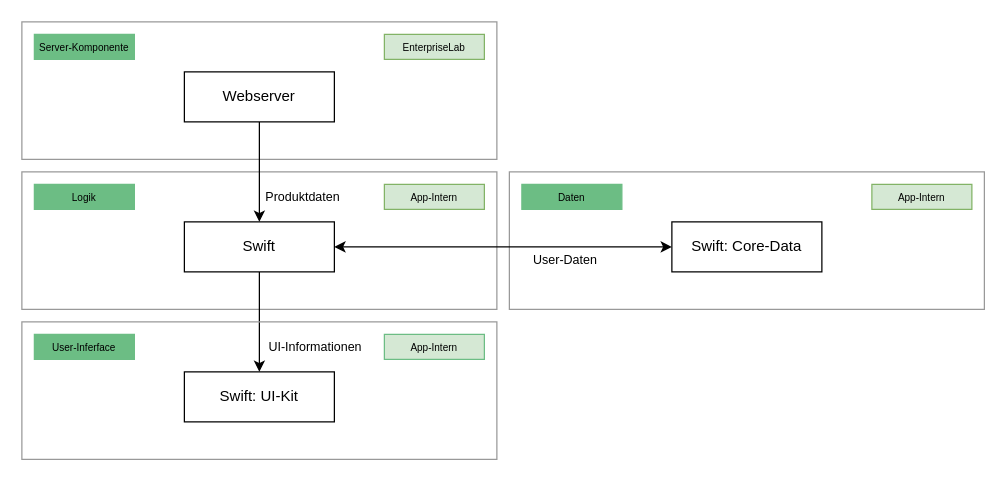
Above: Design/FoodPrint.drawio in NicoIseli/HSLU-IOS-Project (draw.io), before the change. Source tidied: cells renumbered, new cells numbered last; positions are measured from the earlier drawing's top-left corner, leaving out a move shared by most shapes. Both pictures are drawn from the tidied source at 125%, with x=0, y=0 at pixel (21, 21).
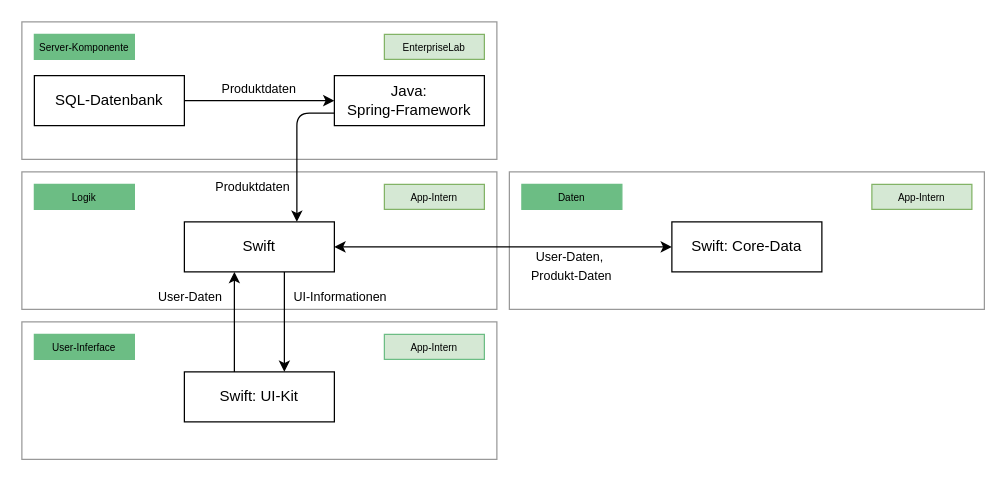
The same page after the edit.

Commit message (it also covers changes not shown here):
Continue on doc and adjust architecture

The change refers to these unchanged cells:
```xml
<mxCell id="7" value="Swift" style="rounded=0;whiteSpace=wrap;html=1;" parent="1" vertex="1">
  <mxGeometry x="130" y="160" width="120" height="40" as="geometry" />
</mxCell>
<mxCell id="11" value="Swift: UI-Kit" style="rounded=0;whiteSpace=wrap;html=1;" parent="1" vertex="1">
  <mxGeometry x="130" y="280" width="120" height="40" as="geometry" />
</mxCell>
```

Change to the diagram source:
```diff
@@
+    <mxCell id="23" style="rounded=0;whiteSpace=wrap;html=1;fillColor=none;strokeColor=#999999;" parent="1" vertex="1">
+      <mxGeometry y="240" width="380" height="110" as="geometry" />
+    </mxCell>
@@
-    <mxCell id="6" value="Webserver" style="rounded=0;whiteSpace=wrap;html=1;" parent="1" vertex="1">
-      <mxGeometry x="130" y="40" width="120" height="40" as="geometry" />
+    <mxCell id="6" value="Java: &lt;br&gt;Spring-Framework" style="rounded=0;whiteSpace=wrap;html=1;" parent="1" vertex="1">
+      <mxGeometry x="250" y="43" width="120" height="40" as="geometry" />
     </mxCell>
@@
-    <mxCell id="17" style="endArrow=classic;html=1;exitX=0.5;exitY=1;exitDx=0;exitDy=0;" parent="1" edge="1" source="6" target="7">
-      <mxGeometry relative="1" as="geometry" />
+    <mxCell id="17" style="endArrow=classic;html=1;exitX=0;exitY=0.75;exitDx=0;exitDy=0;entryX=0.75;entryY=0;entryDx=0;entryDy=0;" parent="1" edge="1" source="6" target="7">
+      <mxGeometry relative="1" as="geometry">
+        <Array as="points">
+          <mxPoint x="220" y="73" />
+        </Array>
+      </mxGeometry>
     </mxCell>
-    <mxCell id="18" style="endArrow=classic;html=1;exitX=0.5;exitY=1;exitDx=0;exitDy=0;entryX=0.5;entryY=0;entryDx=0;entryDy=0;" parent="1" edge="1" source="7" target="11">
-      <mxGeometry relative="1" as="geometry" />
+    <mxCell id="18" style="endArrow=classic;html=1;exitX=0.5;exitY=1;exitDx=0;exitDy=0;entryX=0.5;entryY=0;entryDx=0;entryDy=0;" parent="1" edge="1">
+      <mxGeometry relative="1" as="geometry">
+        <mxPoint x="210" y="200" as="sourcePoint" />
+        <mxPoint x="210" y="280" as="targetPoint" />
+      </mxGeometry>
     </mxCell>
@@
     <mxCell id="20" value="&lt;font style=&quot;font-size: 10px&quot;&gt;Produktdaten&lt;/font&gt;" style="text;html=1;strokeColor=none;fillColor=none;align=center;verticalAlign=middle;whiteSpace=wrap;rounded=0;" parent="1" vertex="1">
-      <mxGeometry x="180" y="130" width="90" height="20" as="geometry" />
+      <mxGeometry x="140" y="122" width="90" height="20" as="geometry" />
     </mxCell>
-    <mxCell id="21" value="&lt;font style=&quot;font-size: 10px&quot;&gt;User-Daten&lt;/font&gt;" style="text;html=1;strokeColor=none;fillColor=none;align=center;verticalAlign=middle;whiteSpace=wrap;rounded=0;" parent="1" vertex="1">
-      <mxGeometry x="390" y="180" width="90" height="20" as="geometry" />
+    <mxCell id="21" value="&lt;font style=&quot;font-size: 10px&quot;&gt;User-Daten,&amp;nbsp;&lt;br&gt;Produkt-Daten&lt;br&gt;&lt;/font&gt;" style="text;html=1;strokeColor=none;fillColor=none;align=center;verticalAlign=middle;whiteSpace=wrap;rounded=0;" parent="1" vertex="1">
+      <mxGeometry x="395" y="180" width="90" height="30" as="geometry" />
     </mxCell>
     <mxCell id="22" value="&lt;font style=&quot;font-size: 10px&quot;&gt;UI-Informationen&lt;/font&gt;" style="text;html=1;strokeColor=none;fillColor=none;align=center;verticalAlign=middle;whiteSpace=wrap;rounded=0;" parent="1" vertex="1">
-      <mxGeometry x="180" y="250" width="110" height="20" as="geometry" />
+      <mxGeometry x="200" y="210" width="110" height="20" as="geometry" />
     </mxCell>
-    <mxCell id="23" style="rounded=0;whiteSpace=wrap;html=1;fillColor=none;strokeColor=#999999;" parent="1" vertex="1">
-      <mxGeometry y="240" width="380" height="110" as="geometry" />
-    </mxCell>
+    <mxCell id="24" style="endArrow=classic;html=1;exitX=0.25;exitY=0;exitDx=0;exitDy=0;entryX=0.25;entryY=1;entryDx=0;entryDy=0;" parent="1" edge="1">
+      <mxGeometry relative="1" as="geometry">
+        <mxPoint x="170" y="280" as="sourcePoint" />
+        <mxPoint x="170" y="200" as="targetPoint" />
+      </mxGeometry>
+    </mxCell>
+    <mxCell id="25" value="&lt;font style=&quot;font-size: 10px&quot;&gt;User-Daten&lt;/font&gt;" style="text;html=1;strokeColor=none;fillColor=none;align=center;verticalAlign=middle;whiteSpace=wrap;rounded=0;" parent="1" vertex="1">
+      <mxGeometry x="80" y="210" width="110" height="20" as="geometry" />
+    </mxCell>
+    <mxCell id="26" value="SQL-Datenbank" style="rounded=0;whiteSpace=wrap;html=1;" parent="1" vertex="1">
+      <mxGeometry x="10" y="43" width="120" height="40" as="geometry" />
+    </mxCell>
+    <mxCell id="27" style="endArrow=classic;html=1;exitX=1;exitY=0.5;exitDx=0;exitDy=0;entryX=0;entryY=0.5;entryDx=0;entryDy=0;" parent="1" edge="1" source="26" target="6">
+      <mxGeometry relative="1" as="geometry" />
+    </mxCell>
+    <mxCell id="28" value="&lt;font style=&quot;font-size: 10px&quot;&gt;Produktdaten&lt;/font&gt;" style="text;html=1;strokeColor=none;fillColor=none;align=center;verticalAlign=middle;whiteSpace=wrap;rounded=0;" parent="1" vertex="1">
+      <mxGeometry x="145" y="43" width="90" height="20" as="geometry" />
+    </mxCell>
```
